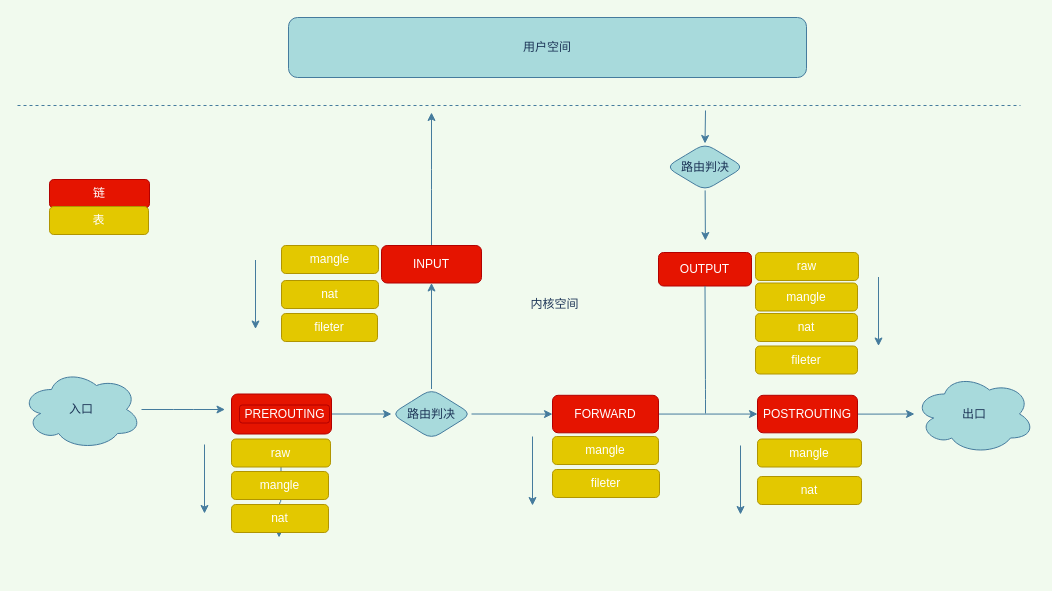
Above: drawio/iptables.drawio in NatureLR/blog (draw.io), before the change. Source tidied: cells renumbered, new cells numbered last; positions are measured from the earlier drawing's top-left corner, leaving out a move shared by most shapes. Both pictures are drawn from the tidied source at 100%, with x=0, y=0 at pixel (17, 17).
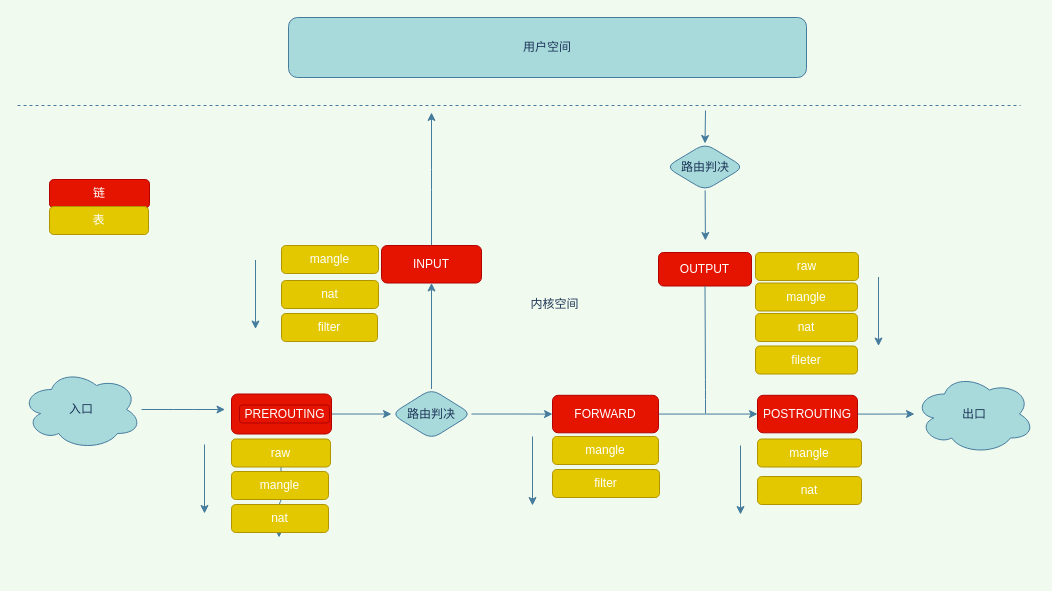
After the change.

Change to the diagram source:
```diff
@@
-    <mxCell id="30" value="&lt;div&gt;fileter&lt;/div&gt;" style="whiteSpace=wrap;html=1;fillColor=#e3c800;strokeColor=#B09500;fontColor=#ffffff;rounded=1;" parent="1" vertex="1">
+    <mxCell id="30" value="&lt;div&gt;filter&lt;/div&gt;" style="whiteSpace=wrap;html=1;fillColor=#e3c800;strokeColor=#B09500;fontColor=#ffffff;rounded=1;" parent="1" vertex="1">
       <mxGeometry x="535" y="452" width="107" height="28" as="geometry" />
     </mxCell>
@@
-    <mxCell id="36" value="&lt;div&gt;fileter&lt;/div&gt;" style="whiteSpace=wrap;html=1;fillColor=#e3c800;strokeColor=#B09500;fontColor=#ffffff;rounded=1;" parent="1" vertex="1">
+    <mxCell id="36" value="&lt;div&gt;filter&lt;/div&gt;" style="whiteSpace=wrap;html=1;fillColor=#e3c800;strokeColor=#B09500;fontColor=#ffffff;rounded=1;" parent="1" vertex="1">
       <mxGeometry x="264" y="296" width="96" height="28" as="geometry" />
     </mxCell>
```
